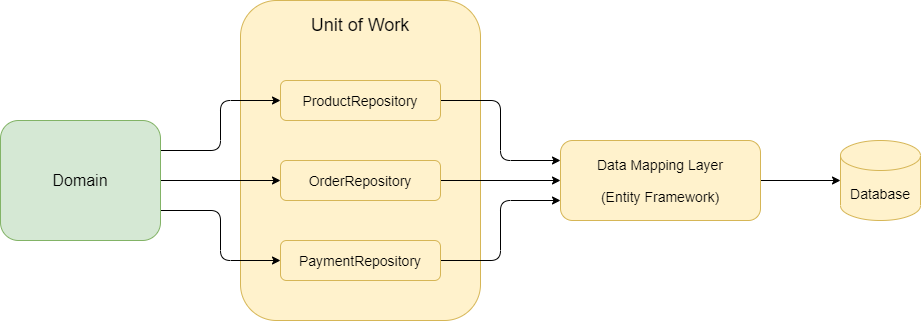
Above: doc/unit-of-work.drawio.png in lastunicorn/Shop (draw.io), before the change. Source tidied: cells renumbered, new cells last; positions are measured from the earlier drawing's top-left corner, leaving out a move shared by most shapes.
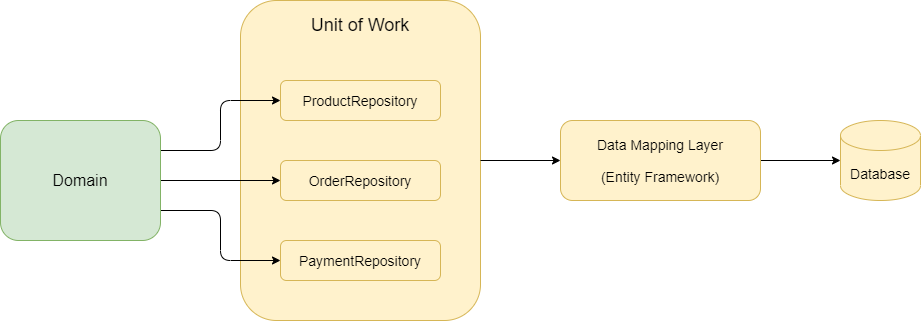
The same file after the commit.

Commit message:
added unit of work diagram

Diff of the diagram source:
```diff
@@ -5,9 +5,6 @@
     <mxCell id="2" value="Unit of Work" style="rounded=1;whiteSpace=wrap;html=1;fillColor=#fff2cc;strokeColor=#d6b656;sketch=0;fontSize=18;align=center;verticalAlign=top;spacingTop=8;" parent="1" vertex="1">
       <mxGeometry x="240" width="240" height="320" as="geometry" />
     </mxCell>
-    <mxCell id="3" style="edgeStyle=orthogonalEdgeStyle;rounded=1;jettySize=auto;html=1;exitX=1;exitY=0.5;exitDx=0;exitDy=0;entryX=0;entryY=0.25;entryDx=0;entryDy=0;sketch=0;fontSize=14;jumpStyle=none;" parent="1" edge="1" source="4" target="6">
-      <mxGeometry relative="1" as="geometry" />
-    </mxCell>
     <mxCell id="4" value="ProductRepository" style="rounded=1;whiteSpace=wrap;html=1;fillColor=#fff2cc;strokeColor=#d6b656;sketch=0;fontSize=14;" parent="1" vertex="1">
       <mxGeometry x="280" y="80" width="160" height="40" as="geometry" />
     </mxCell>
@@ -15,10 +12,10 @@
       <mxGeometry relative="1" as="geometry" />
     </mxCell>
     <mxCell id="6" value="Data Mapping&amp;nbsp;Layer&lt;br&gt;&lt;br&gt;(Entity Framework)" style="rounded=1;whiteSpace=wrap;html=1;fillColor=#fff2cc;strokeColor=#d6b656;sketch=0;fontSize=14;" parent="1" vertex="1">
-      <mxGeometry x="560" y="140" width="200" height="80" as="geometry" />
+      <mxGeometry x="560" y="120" width="200" height="80" as="geometry" />
     </mxCell>
     <mxCell id="7" value="Database" style="shape=cylinder3;whiteSpace=wrap;html=1;boundedLbl=1;backgroundOutline=1;size=15;fillColor=#fff2cc;strokeColor=#d6b656;sketch=0;fontSize=14;" parent="1" vertex="1">
-      <mxGeometry x="840" y="140" width="80" height="80" as="geometry" />
+      <mxGeometry x="840" y="120" width="80" height="80" as="geometry" />
     </mxCell>
     <mxCell id="8" style="edgeStyle=orthogonalEdgeStyle;rounded=1;sketch=0;jettySize=auto;html=1;exitX=1;exitY=0.25;exitDx=0;exitDy=0;entryX=0;entryY=0.5;entryDx=0;entryDy=0;fontSize=14;jumpStyle=none;" parent="1" edge="1" source="11" target="4">
       <mxGeometry relative="1" as="geometry" />
@@ -32,15 +29,12 @@
     <mxCell id="11" value="Domain" style="rounded=1;whiteSpace=wrap;html=1;fillColor=#d5e8d4;strokeColor=#82b366;sketch=0;fontSize=16;" parent="1" vertex="1">
       <mxGeometry y="120" width="160" height="120" as="geometry" />
     </mxCell>
-    <mxCell id="12" style="edgeStyle=orthogonalEdgeStyle;rounded=1;jettySize=auto;html=1;exitX=1;exitY=0.5;exitDx=0;exitDy=0;entryX=0;entryY=0.5;entryDx=0;entryDy=0;fontSize=18;jumpStyle=none;" parent="1" edge="1" source="13" target="6">
+    <mxCell id="12" style="edgeStyle=orthogonalEdgeStyle;rounded=1;jettySize=auto;html=1;exitX=1;exitY=0.5;exitDx=0;exitDy=0;entryX=0;entryY=0.5;entryDx=0;entryDy=0;fontSize=18;jumpStyle=none;" parent="1" edge="1" source="2" target="6">
       <mxGeometry relative="1" as="geometry" />
     </mxCell>
     <mxCell id="13" value="OrderRepository" style="rounded=1;whiteSpace=wrap;html=1;fillColor=#fff2cc;strokeColor=#d6b656;sketch=0;fontSize=14;" parent="1" vertex="1">
       <mxGeometry x="280" y="160" width="160" height="40" as="geometry" />
     </mxCell>
-    <mxCell id="14" style="edgeStyle=orthogonalEdgeStyle;rounded=1;jettySize=auto;html=1;exitX=1;exitY=0.5;exitDx=0;exitDy=0;entryX=0;entryY=0.75;entryDx=0;entryDy=0;fontSize=18;jumpStyle=none;" parent="1" edge="1" source="15" target="6">
-      <mxGeometry relative="1" as="geometry" />
-    </mxCell>
     <mxCell id="15" value="PaymentRepository" style="rounded=1;whiteSpace=wrap;html=1;fillColor=#fff2cc;strokeColor=#d6b656;sketch=0;fontSize=14;" parent="1" vertex="1">
       <mxGeometry x="280" y="240" width="160" height="40" as="geometry" />
     </mxCell>
```
